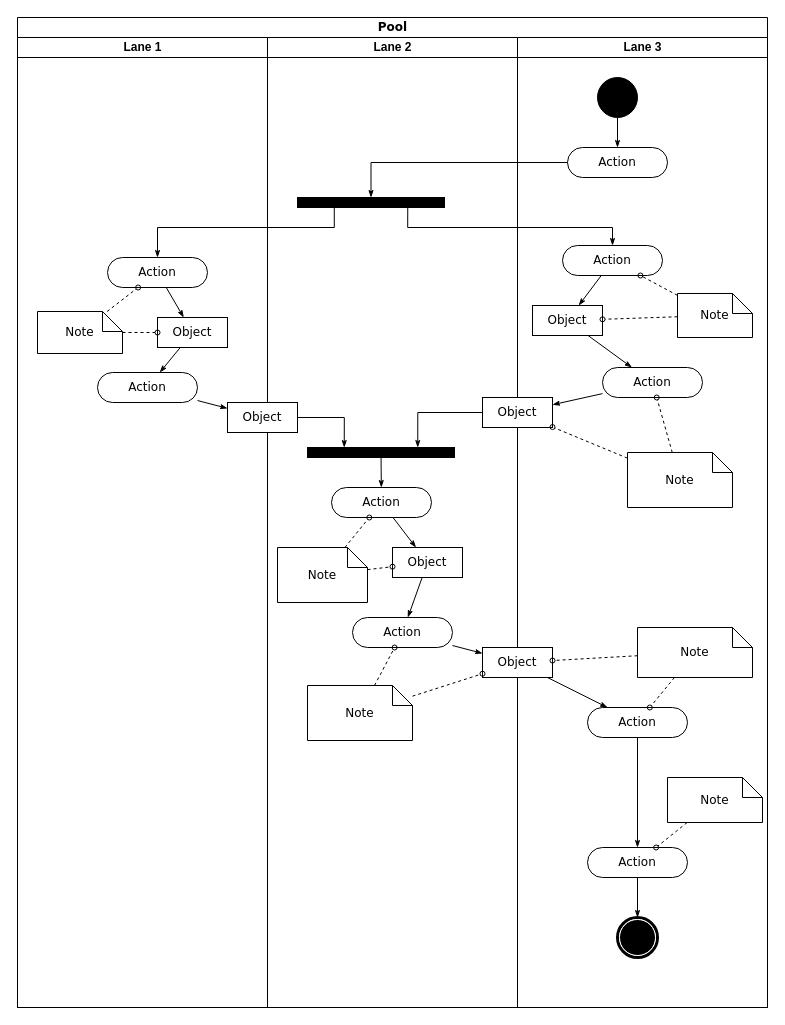
This is Untitled Diagram.drawio from mingjinglu/docs, a draw.io file, before an edit. Source tidied: cells renumbered, new cells numbered last; positions are measured from the earlier drawing's top-left corner, leaving out a move shared by most shapes. Both pictures are drawn from the tidied source at 100%, with x=0, y=0 at pixel (17, 17).
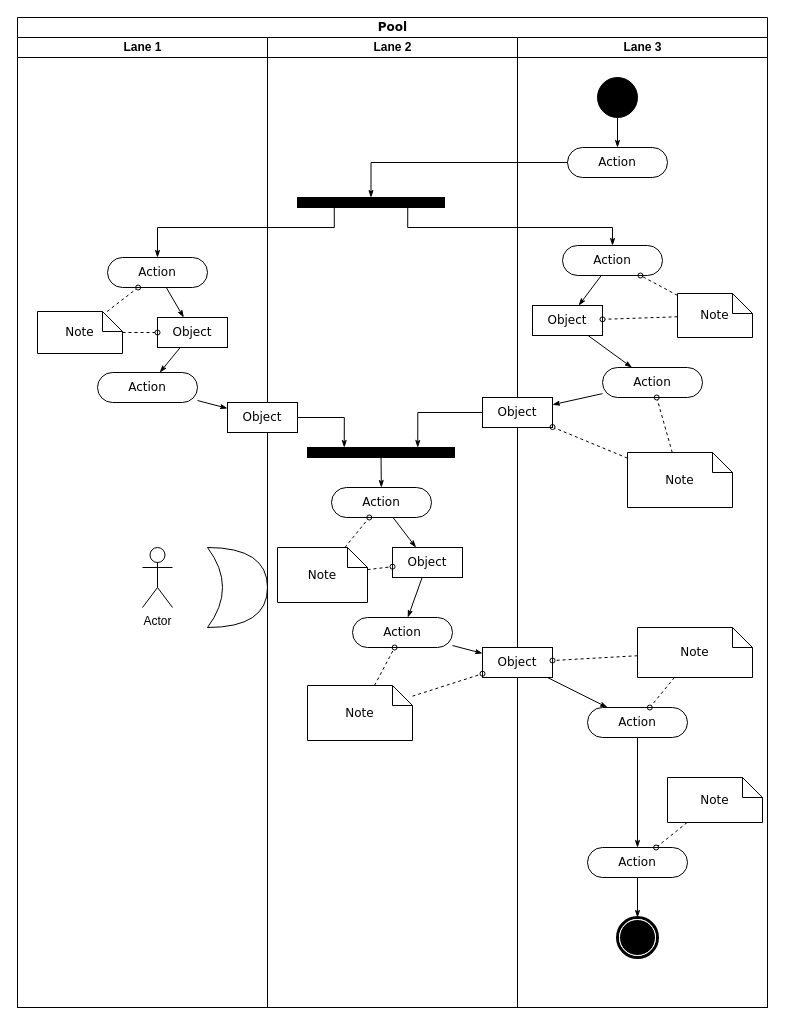
The same page after the edit.

The change refers to these unchanged cells:
```xml
<mxCell id="3" value="Lane 1" style="swimlane;html=1;startSize=20;" parent="2" vertex="1">
  <mxGeometry y="20" width="250" height="970" as="geometry" />
</mxCell>
```

What changed in the source:
```diff
@@
+    <mxCell id="64" value="Actor" style="shape=umlActor;verticalLabelPosition=bottom;labelBackgroundColor=#ffffff;verticalAlign=top;html=1;" parent="3" vertex="1">
+      <mxGeometry x="125" y="510" width="30" height="60" as="geometry" />
+    </mxCell>
+    <mxCell id="65" style="shape=xor;whiteSpace=wrap;html=1;" parent="3" vertex="1">
+      <mxGeometry x="190" y="510" width="60" height="80" as="geometry" />
+    </mxCell>
```
